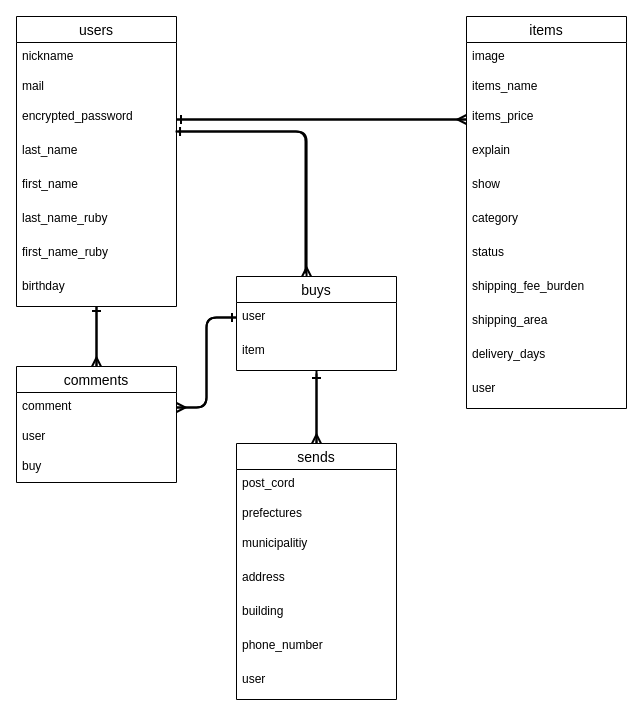
haminoshu/furima-37493 keeps this draw.io diagram as ER.dio. Above is the earlier version. Source tidied: cells renumbered, new cells numbered last; positions are measured from the earlier drawing's top-left corner, leaving out a move shared by most shapes. Both pictures are drawn from the tidied source at 100%, with x=0, y=0 at pixel (16, 16).
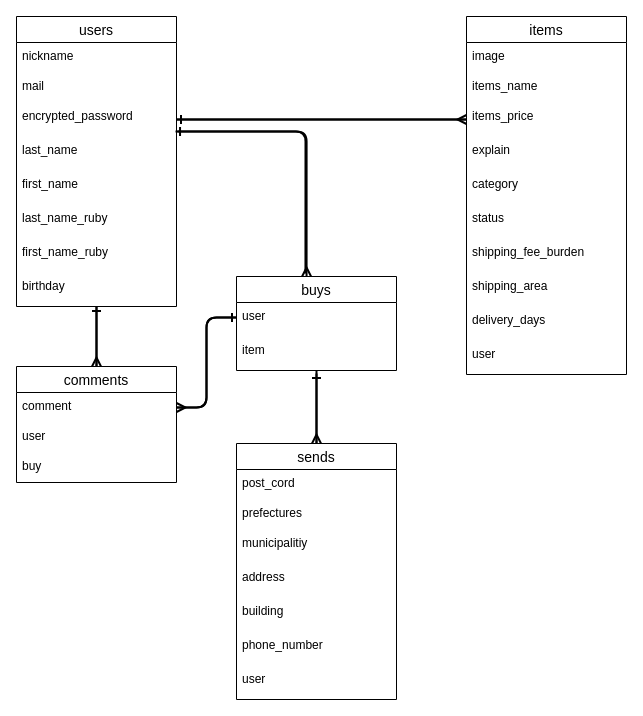
Above is the later version.

Commit message (it also covers changes not shown here):
データベース設計④

Diff of the diagram source:
```diff
@@
     <mxCell id="13" value="items" style="swimlane;fontStyle=0;horizontal=1;startSize=26;align=center;fontSize=14;" parent="1" vertex="1">
-      <mxGeometry x="450" width="160" height="392" as="geometry" />
+      <mxGeometry x="450" width="160" height="358" as="geometry" />
     </mxCell>
@@
-    <mxCell id="18" value="show" style="text;strokeColor=none;fillColor=none;spacingLeft=4;spacingRight=4;overflow=hidden;fontSize=12;" parent="13" vertex="1">
-      <mxGeometry y="154" width="160" height="34" as="geometry" />
-    </mxCell>
     <mxCell id="19" value="category" style="text;strokeColor=none;fillColor=none;spacingLeft=4;spacingRight=4;overflow=hidden;fontSize=12;" parent="13" vertex="1">
-      <mxGeometry y="188" width="160" height="34" as="geometry" />
+      <mxGeometry y="154" width="160" height="34" as="geometry" />
     </mxCell>
     <mxCell id="20" value="status" style="text;strokeColor=none;fillColor=none;spacingLeft=4;spacingRight=4;overflow=hidden;fontSize=12;" parent="13" vertex="1">
-      <mxGeometry y="222" width="160" height="34" as="geometry" />
+      <mxGeometry y="188" width="160" height="34" as="geometry" />
     </mxCell>
     <mxCell id="21" value="shipping_fee_burden" style="text;strokeColor=none;fillColor=none;spacingLeft=4;spacingRight=4;overflow=hidden;fontSize=12;" parent="13" vertex="1">
-      <mxGeometry y="256" width="160" height="34" as="geometry" />
+      <mxGeometry y="222" width="160" height="34" as="geometry" />
     </mxCell>
     <mxCell id="22" value="shipping_area" style="text;strokeColor=none;fillColor=none;spacingLeft=4;spacingRight=4;overflow=hidden;fontSize=12;" parent="13" vertex="1">
-      <mxGeometry y="290" width="160" height="34" as="geometry" />
+      <mxGeometry y="256" width="160" height="34" as="geometry" />
     </mxCell>
     <mxCell id="23" value="delivery_days" style="text;strokeColor=none;fillColor=none;spacingLeft=4;spacingRight=4;overflow=hidden;fontSize=12;" parent="13" vertex="1">
-      <mxGeometry y="324" width="160" height="34" as="geometry" />
+      <mxGeometry y="290" width="160" height="34" as="geometry" />
     </mxCell>
     <mxCell id="24" value="user" style="text;strokeColor=none;fillColor=none;spacingLeft=4;spacingRight=4;overflow=hidden;fontSize=12;" parent="13" vertex="1">
-      <mxGeometry y="358" width="160" height="34" as="geometry" />
+      <mxGeometry y="324" width="160" height="34" as="geometry" />
     </mxCell>
```
